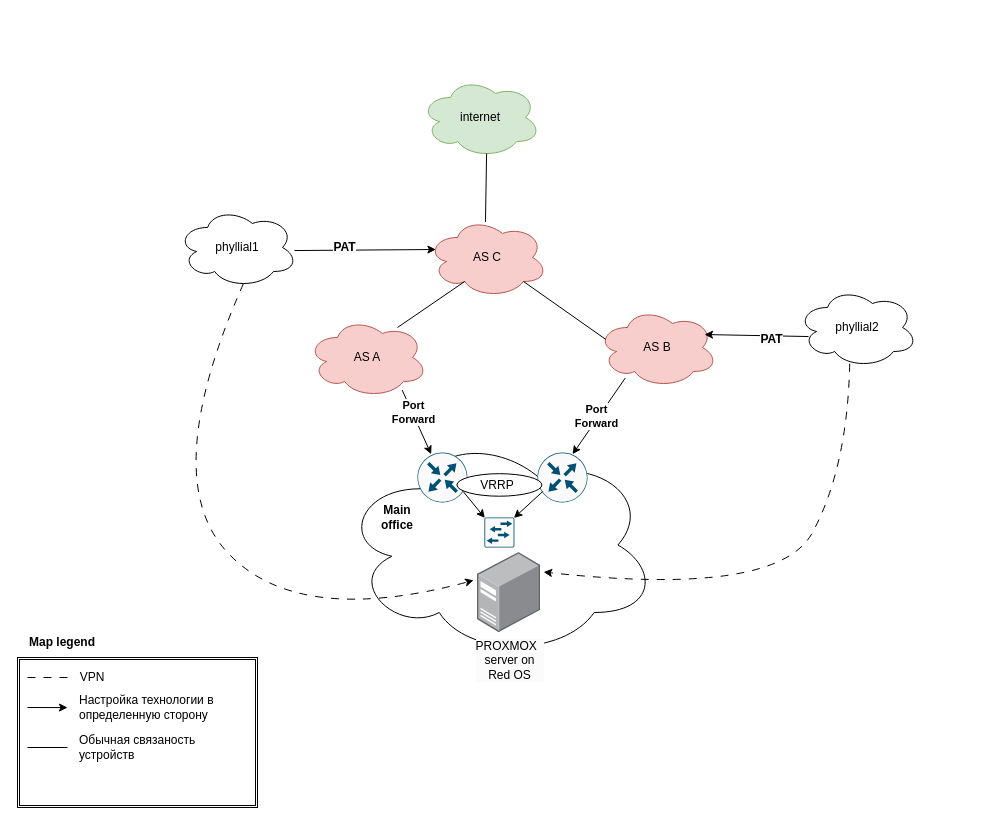
Earlier version of the draw.io diagram Предполагаемая схема.drawio (Vsevolod-Strokov/practic). Source tidied: cells renumbered, new cells numbered last; positions are measured from the earlier drawing's top-left corner, leaving out a move shared by most shapes. Both pictures are drawn from the tidied source at 100%, with x=0, y=0 at pixel (17, 77).
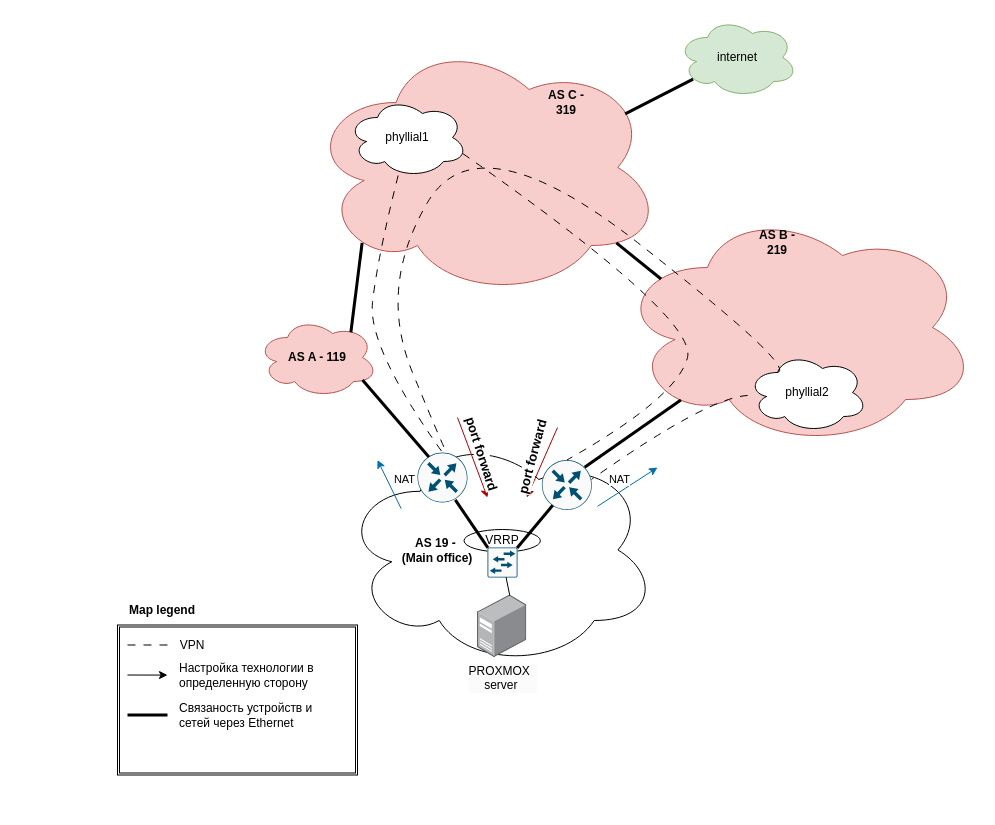
The same diagram, later.

Commit message (it also covers changes not shown here):
Изменена схема, таблица с сетями и проект

Diff of the diagram source:
```diff
@@
-    <mxCell id="2" value="AS C" style="ellipse;shape=cloud;whiteSpace=wrap;html=1;fillColor=#f8cecc;strokeColor=#b85450;" parent="1" vertex="1">
-      <mxGeometry x="410" y="140" width="120" height="80" as="geometry" />
+    <mxCell id="2" style="ellipse;shape=cloud;whiteSpace=wrap;html=1;fillColor=#f8cecc;strokeColor=#b85450;" parent="1" vertex="1">
+      <mxGeometry x="290" y="-40" width="354.6" height="260" as="geometry" />
     </mxCell>
-    <mxCell id="3" value="AS A" style="ellipse;shape=cloud;whiteSpace=wrap;html=1;fillColor=#f8cecc;strokeColor=#b85450;" parent="1" vertex="1">
-      <mxGeometry x="290" y="240" width="120" height="80" as="geometry" />
+    <mxCell id="3" value="&lt;b&gt;AS A - 119&lt;/b&gt;" style="ellipse;shape=cloud;whiteSpace=wrap;html=1;fillColor=#f8cecc;strokeColor=#b85450;" parent="1" vertex="1">
+      <mxGeometry x="240" y="240" width="120" height="80" as="geometry" />
     </mxCell>
-    <mxCell id="4" value="AS B" style="ellipse;shape=cloud;whiteSpace=wrap;html=1;fillColor=#f8cecc;strokeColor=#b85450;" parent="1" vertex="1">
-      <mxGeometry x="580" y="230" width="120" height="80" as="geometry" />
+    <mxCell id="4" style="ellipse;shape=cloud;whiteSpace=wrap;html=1;fillColor=#f8cecc;strokeColor=#b85450;" parent="1" vertex="1">
+      <mxGeometry x="600" y="130" width="360" height="240" as="geometry" />
     </mxCell>
     <mxCell id="5" style="ellipse;shape=cloud;whiteSpace=wrap;html=1;" parent="1" vertex="1">
-      <mxGeometry x="323.7" y="355" width="316.3" height="225" as="geometry" />
+      <mxGeometry x="323.7" y="355" width="316.3" height="235" as="geometry" />
     </mxCell>
     <mxCell id="6" value="phyllial1" style="ellipse;shape=cloud;whiteSpace=wrap;html=1;" parent="1" vertex="1">
-      <mxGeometry x="160" y="130" width="120" height="80" as="geometry" />
+      <mxGeometry x="330" y="20" width="120" height="80" as="geometry" />
     </mxCell>
     <mxCell id="7" value="phyllial2" style="ellipse;shape=cloud;whiteSpace=wrap;html=1;" parent="1" vertex="1">
-      <mxGeometry x="780" y="210" width="120" height="80" as="geometry" />
+      <mxGeometry x="730" y="275" width="120" height="80" as="geometry" />
     </mxCell>
     <mxCell id="8" value="internet" style="ellipse;shape=cloud;whiteSpace=wrap;html=1;fillColor=#d5e8d4;strokeColor=#82b366;" parent="1" vertex="1">
-      <mxGeometry x="403.1" width="120" height="80" as="geometry" />
+      <mxGeometry x="660" y="-60" width="120" height="80" as="geometry" />
     </mxCell>
-    <mxCell id="9" value="&lt;span style=&quot;text-wrap: wrap; background-color: rgb(251, 251, 251);&quot;&gt;PROXMOX&amp;nbsp;&amp;nbsp;&lt;/span&gt;&lt;div style=&quot;text-wrap: wrap; background-color: rgb(251, 251, 251);&quot;&gt;server on Red OS&lt;/div&gt;" style="image;points=[];html=1;align=center;shadow=0;dashed=0;image=img/lib/allied_telesis/computer_and_terminals/Server_Desktop.svg;" parent="1" vertex="1">
-      <mxGeometry x="460" y="475" width="63.1" height="80" as="geometry" />
+    <mxCell id="9" value="&lt;span style=&quot;text-wrap: wrap; background-color: rgb(251, 251, 251);&quot;&gt;PROXMOX&amp;nbsp;&amp;nbsp;&lt;/span&gt;&lt;div style=&quot;text-wrap: wrap; background-color: rgb(251, 251, 251);&quot;&gt;server&amp;nbsp;&lt;/div&gt;" style="image;points=[];html=1;align=center;shadow=0;dashed=0;image=img/lib/allied_telesis/computer_and_terminals/Server_Desktop.svg;" parent="1" vertex="1">
+      <mxGeometry x="460" y="517.5" width="49.3" height="62.5" as="geometry" />
     </mxCell>
-    <mxCell id="10" style="curved=1;endArrow=classic;html=1;rounded=0;exitX=0.55;exitY=0.95;exitDx=0;exitDy=0;exitPerimeter=0;entryX=-0.062;entryY=0.348;entryDx=0;entryDy=0;entryPerimeter=0;dashed=1;dashPattern=8 8;" parent="1" edge="1" source="6" target="9">
+    <mxCell id="10" style="curved=1;endArrow=none;html=1;rounded=0;exitX=0.422;exitY=0.975;exitDx=0;exitDy=0;exitPerimeter=0;entryX=0.5;entryY=0;entryDx=0;entryDy=0;entryPerimeter=0;dashed=1;dashPattern=8 8;endFill=0;" parent="1" edge="1" source="6" target="23">
       <mxGeometry relative="1" as="geometry">
         <Array as="points">
-          <mxPoint x="140" y="400" />
-          <mxPoint x="280" y="550" />
+          <mxPoint x="360" y="180" />
+          <mxPoint x="350" y="270" />
         </Array>
       </mxGeometry>
     </mxCell>
-    <mxCell id="11" style="curved=1;endArrow=classic;html=1;rounded=0;entryX=1.048;entryY=0.244;entryDx=0;entryDy=0;entryPerimeter=0;exitX=0.435;exitY=0.952;exitDx=0;exitDy=0;exitPerimeter=0;dashed=1;dashPattern=8 8;" parent="1" edge="1" source="7" target="9">
+    <mxCell id="11" style="curved=1;endArrow=none;html=1;rounded=0;entryX=0.989;entryY=0.39;entryDx=0;entryDy=0;entryPerimeter=0;dashed=1;dashPattern=8 8;endFill=0;" parent="1" edge="1" source="7" target="26">
       <mxGeometry relative="1" as="geometry">
         <Array as="points">
-          <mxPoint x="830" y="390" />
-          <mxPoint x="760" y="520" />
+          <mxPoint x="690" y="320" />
         </Array>
       </mxGeometry>
     </mxCell>
-    <mxCell id="12" style="endArrow=none;html=1;rounded=0;exitX=0.75;exitY=0.125;exitDx=0;exitDy=0;exitPerimeter=0;entryX=0.31;entryY=0.8;entryDx=0;entryDy=0;entryPerimeter=0;" parent="1" edge="1" source="3" target="2">
+    <mxCell id="12" style="endArrow=none;html=1;rounded=1;exitX=0.778;exitY=0.185;exitDx=0;exitDy=0;exitPerimeter=0;entryX=0.154;entryY=0.79;entryDx=0;entryDy=0;entryPerimeter=0;strokeWidth=3;curved=0;" parent="1" edge="1" source="3" target="2">
       <mxGeometry relative="1" as="geometry" />
     </mxCell>
-    <mxCell id="13" style="endArrow=none;html=1;rounded=0;exitX=0.07;exitY=0.4;exitDx=0;exitDy=0;exitPerimeter=0;entryX=0.8;entryY=0.8;entryDx=0;entryDy=0;entryPerimeter=0;" parent="1" edge="1" source="4" target="2">
+    <mxCell id="13" style="endArrow=none;html=1;rounded=0;exitX=0.121;exitY=0.298;exitDx=0;exitDy=0;exitPerimeter=0;entryX=0.871;entryY=0.79;entryDx=0;entryDy=0;entryPerimeter=0;strokeWidth=3;" parent="1" edge="1" source="4" target="2">
       <mxGeometry relative="1" as="geometry" />
     </mxCell>
-    <mxCell id="14" style="endArrow=none;html=1;rounded=0;exitX=0.483;exitY=0.056;exitDx=0;exitDy=0;exitPerimeter=0;entryX=0.55;entryY=0.95;entryDx=0;entryDy=0;entryPerimeter=0;" parent="1" edge="1" source="2" target="8">
+    <mxCell id="14" style="endArrow=none;html=1;rounded=0;exitX=0.896;exitY=0.294;exitDx=0;exitDy=0;exitPerimeter=0;strokeWidth=3;entryX=0.13;entryY=0.77;entryDx=0;entryDy=0;entryPerimeter=0;" parent="1" edge="1" source="2" target="8">
       <mxGeometry relative="1" as="geometry" />
     </mxCell>
-    <mxCell id="15" style="endArrow=classic;html=1;rounded=0;exitX=0.975;exitY=0.538;exitDx=0;exitDy=0;exitPerimeter=0;entryX=0.07;entryY=0.4;entryDx=0;entryDy=0;entryPerimeter=0;" parent="1" edge="1" source="6" target="2">
-      <mxGeometry relative="1" as="geometry" />
-    </mxCell>
-    <mxCell id="16" value="&lt;span style=&quot;font-size: 12px; text-wrap: wrap; background-color: rgb(251, 251, 251);&quot;&gt;&lt;b&gt;PAT&lt;/b&gt;&lt;/span&gt;" style="edgeLabel;html=1;align=center;verticalAlign=middle;" parent="15" vertex="1">
-      <mxGeometry x="-0.29" y="3" relative="1" as="geometry" />
-    </mxCell>
-    <mxCell id="17" style="endArrow=classic;html=1;rounded=0;exitX=0.092;exitY=0.613;exitDx=0;exitDy=0;exitPerimeter=0;fontStyle=1;entryX=0.892;entryY=0.338;entryDx=0;entryDy=0;entryPerimeter=0;" parent="1" edge="1" source="7" target="4">
-      <mxGeometry relative="1" as="geometry" />
-    </mxCell>
-    <mxCell id="18" value="&lt;span style=&quot;font-size: 12px; text-wrap: wrap; background-color: rgb(251, 251, 251);&quot;&gt;&lt;b&gt;PAT&lt;/b&gt;&lt;/span&gt;" style="edgeLabel;html=1;align=center;verticalAlign=middle;" parent="17" vertex="1">
-      <mxGeometry x="-0.29" y="3" relative="1" as="geometry" />
-    </mxCell>
     <mxCell id="19" style="shape=ext;double=1;rounded=0;whiteSpace=wrap;html=1;" parent="1" vertex="1">
-      <mxGeometry y="580" width="240" height="150" as="geometry" />
+      <mxGeometry x="100" y="547.5" width="240" height="150" as="geometry" />
     </mxCell>
     <mxCell id="20" value="&lt;b&gt;Map legend&lt;/b&gt;" style="text;html=1;align=center;verticalAlign=middle;whiteSpace=wrap;rounded=0;" parent="1" vertex="1">
-      <mxGeometry y="550" width="90" height="30" as="geometry" />
+      <mxGeometry x="100" y="517.5" width="90" height="30" as="geometry" />
     </mxCell>
     <mxCell id="21" style="endArrow=none;html=1;rounded=0;dashed=1;dashPattern=8 8;" parent="1" edge="1">
       <mxGeometry relative="1" as="geometry">
-        <mxPoint x="10" y="600" as="sourcePoint" />
-        <mxPoint x="50" y="600" as="targetPoint" />
+        <mxPoint x="110" y="567.5" as="sourcePoint" />
+        <mxPoint x="150" y="567.5" as="targetPoint" />
       </mxGeometry>
     </mxCell>
     <mxCell id="22" value="VPN" style="text;html=1;align=center;verticalAlign=middle;whiteSpace=wrap;rounded=0;" parent="1" vertex="1">
-      <mxGeometry x="60" y="590" width="30" height="20" as="geometry" />
+      <mxGeometry x="160" y="557.5" width="30" height="20" as="geometry" />
     </mxCell>
-    <mxCell id="23" style="sketch=0;points=[[0.5,0,0],[1,0.5,0],[0.5,1,0],[0,0.5,0],[0.145,0.145,0],[0.8555,0.145,0],[0.855,0.8555,0],[0.145,0.855,0]];verticalLabelPosition=bottom;html=1;verticalAlign=top;align=center;shape=mxgraph.cisco19.rect;prIcon=router;fillColor=#FAFAFA;strokeColor=#005073;" parent="1" vertex="1">
-      <mxGeometry x="400" y="375" width="50" height="50" as="geometry" />
-    </mxCell>
-    <mxCell id="24" style="endArrow=classic;html=1;rounded=0;entryX=0.273;entryY=0.034;entryDx=0;entryDy=0;entryPerimeter=0;exitX=0.789;exitY=0.907;exitDx=0;exitDy=0;exitPerimeter=0;" parent="1" edge="1" source="3" target="23">
-      <mxGeometry relative="1" as="geometry" />
-    </mxCell>
-    <mxCell id="25" value="&lt;b&gt;Port&lt;/b&gt;&lt;div&gt;&lt;b&gt;Forward&lt;/b&gt;&lt;/div&gt;" style="edgeLabel;html=1;align=center;verticalAlign=middle;" parent="24" vertex="1">
-      <mxGeometry x="-0.31" y="1" relative="1" as="geometry" />
-    </mxCell>
-    <mxCell id="26" style="sketch=0;points=[[0.5,0,0],[1,0.5,0],[0.5,1,0],[0,0.5,0],[0.145,0.145,0],[0.8555,0.145,0],[0.855,0.8555,0],[0.145,0.855,0]];verticalLabelPosition=bottom;html=1;verticalAlign=top;align=center;shape=mxgraph.cisco19.rect;prIcon=router;fillColor=#FAFAFA;strokeColor=#005073;" parent="1" vertex="1">
-      <mxGeometry x="520" y="375" width="50" height="50" as="geometry" />
-    </mxCell>
-    <mxCell id="27" style="endArrow=classic;html=1;rounded=0;exitX=0.232;exitY=0.881;exitDx=0;exitDy=0;exitPerimeter=0;entryX=0.701;entryY=0.034;entryDx=0;entryDy=0;entryPerimeter=0;" parent="1" edge="1" source="4" target="26">
-      <mxGeometry relative="1" as="geometry" />
-    </mxCell>
-    <mxCell id="28" value="&lt;b&gt;Port&lt;/b&gt;&lt;div&gt;&lt;b&gt;Forward&lt;/b&gt;&lt;/div&gt;" style="edgeLabel;html=1;align=center;verticalAlign=middle;" parent="27" vertex="1">
-      <mxGeometry x="0.03" y="-2" relative="1" as="geometry" />
-    </mxCell>
     <mxCell id="29" style="endArrow=classic;html=1;rounded=0;" parent="1" edge="1">
       <mxGeometry relative="1" as="geometry">
-        <mxPoint x="10" y="630" as="sourcePoint" />
-        <mxPoint x="50" y="630.1" as="targetPoint" />
+        <mxPoint x="110" y="597.5" as="sourcePoint" />
+        <mxPoint x="150" y="597.6" as="targetPoint" />
       </mxGeometry>
     </mxCell>
     <mxCell id="30" value="Настройка технологии в определенную сторону" style="text;html=1;align=left;verticalAlign=middle;whiteSpace=wrap;rounded=0;" parent="1" vertex="1">
-      <mxGeometry x="60" y="610" width="140" height="40" as="geometry" />
+      <mxGeometry x="160" y="577.5" width="140" height="40" as="geometry" />
     </mxCell>
-    <mxCell id="31" style="endArrow=none;html=1;rounded=0;" parent="1" edge="1">
+    <mxCell id="31" style="endArrow=none;html=1;rounded=0;strokeWidth=3;" parent="1" edge="1">
       <mxGeometry relative="1" as="geometry">
-        <mxPoint x="10" y="670" as="sourcePoint" />
-        <mxPoint x="50" y="670" as="targetPoint" />
+        <mxPoint x="110" y="637.5" as="sourcePoint" />
+        <mxPoint x="150" y="637.5" as="targetPoint" />
       </mxGeometry>
     </mxCell>
-    <mxCell id="32" value="Обычная связаность устройств" style="text;html=1;align=left;verticalAlign=middle;whiteSpace=wrap;rounded=0;" parent="1" vertex="1">
-      <mxGeometry x="60" y="650" width="140" height="40" as="geometry" />
+    <mxCell id="32" value="Связаность устройств и сетей через Ethernet&amp;nbsp;" style="text;html=1;align=left;verticalAlign=middle;whiteSpace=wrap;rounded=0;" parent="1" vertex="1">
+      <mxGeometry x="160" y="617.5" width="140" height="40" as="geometry" />
     </mxCell>
+    <mxCell id="34" style="ellipse;whiteSpace=wrap;html=1;" parent="1" vertex="1">
+      <mxGeometry x="446.5" y="452" width="76.4" height="22.5" as="geometry" />
+    </mxCell>
     <mxCell id="33" style="sketch=0;points=[[0.015,0.015,0],[0.985,0.015,0],[0.985,0.985,0],[0.015,0.985,0],[0.25,0,0],[0.5,0,0],[0.75,0,0],[1,0.25,0],[1,0.5,0],[1,0.75,0],[0.75,1,0],[0.5,1,0],[0.25,1,0],[0,0.75,0],[0,0.5,0],[0,0.25,0]];verticalLabelPosition=bottom;html=1;verticalAlign=top;align=center;shape=mxgraph.cisco19.rect;prIcon=l2_switch;fillColor=#FAFAFA;strokeColor=#005073;" parent="1" vertex="1">
-      <mxGeometry x="466.9" y="440" width="30" height="30" as="geometry" />
+      <mxGeometry x="470" y="470" width="30" height="30" as="geometry" />
     </mxCell>
-    <mxCell id="34" style="ellipse;whiteSpace=wrap;html=1;" parent="1" vertex="1">
-      <mxGeometry x="439.4" y="396.2" width="85" height="22.5" as="geometry" />
-    </mxCell>
-    <mxCell id="35" style="endArrow=classic;html=1;rounded=0;entryX=0.015;entryY=0.015;entryDx=0;entryDy=0;entryPerimeter=0;exitX=0.914;exitY=0.78;exitDx=0;exitDy=0;exitPerimeter=0;" parent="1" edge="1" source="23" target="33">
-      <mxGeometry relative="1" as="geometry" />
-    </mxCell>
-    <mxCell id="36" style="endArrow=classic;html=1;rounded=0;entryX=0.985;entryY=0.015;entryDx=0;entryDy=0;entryPerimeter=0;exitX=0.105;exitY=0.78;exitDx=0;exitDy=0;exitPerimeter=0;" parent="1" edge="1" source="26" target="33">
-      <mxGeometry relative="1" as="geometry" />
-    </mxCell>
     <mxCell id="37" value="VRRP" style="text;html=1;align=center;verticalAlign=middle;whiteSpace=wrap;rounded=0;" parent="1" vertex="1">
-      <mxGeometry x="460" y="400" width="40" height="15" as="geometry" />
+      <mxGeometry x="464.6" y="455.8" width="40" height="15" as="geometry" />
     </mxCell>
-    <mxCell id="38" value="&lt;b&gt;Main office&lt;/b&gt;" style="text;html=1;align=center;verticalAlign=middle;whiteSpace=wrap;rounded=0;" parent="1" vertex="1">
-      <mxGeometry x="350" y="425" width="60" height="30" as="geometry" />
+    <mxCell id="38" value="&lt;b&gt;AS&amp;nbsp;&lt;/b&gt;&lt;b&gt;19&amp;nbsp;&lt;/b&gt;&lt;b&gt;-&amp;nbsp;&lt;/b&gt;&lt;div&gt;&lt;b&gt;(Main office)&lt;/b&gt;&lt;/div&gt;" style="text;html=1;align=center;verticalAlign=middle;whiteSpace=wrap;rounded=0;" parent="1" vertex="1">
+      <mxGeometry x="380" y="457.5" width="80" height="30" as="geometry" />
     </mxCell>
+    <mxCell id="23" style="sketch=0;points=[[0.5,0,0],[1,0.5,0],[0.5,1,0],[0,0.5,0],[0.145,0.145,0],[0.8555,0.145,0],[0.855,0.8555,0],[0.145,0.855,0]];verticalLabelPosition=bottom;html=1;verticalAlign=top;align=center;shape=mxgraph.cisco19.rect;prIcon=router;fillColor=#FAFAFA;strokeColor=#005073;" parent="1" vertex="1">
+      <mxGeometry x="400" y="375" width="50" height="50" as="geometry" />
+    </mxCell>
+    <mxCell id="26" style="sketch=0;points=[[0.5,0,0],[1,0.5,0],[0.5,1,0],[0,0.5,0],[0.145,0.145,0],[0.8555,0.145,0],[0.855,0.8555,0],[0.145,0.855,0]];verticalLabelPosition=bottom;html=1;verticalAlign=top;align=center;shape=mxgraph.cisco19.rect;prIcon=router;fillColor=#FAFAFA;strokeColor=#005073;" parent="1" vertex="1">
+      <mxGeometry x="524.4" y="382.5" width="50" height="50" as="geometry" />
+    </mxCell>
+    <mxCell id="39" style="endArrow=none;html=1;rounded=0;entryX=0.618;entryY=0.991;entryDx=0;entryDy=0;entryPerimeter=0;exitX=0.655;exitY=0.008;exitDx=0;exitDy=0;exitPerimeter=0;" parent="1" edge="1" source="9" target="33">
+      <mxGeometry relative="1" as="geometry" />
+    </mxCell>
+    <mxCell id="40" value="&lt;b&gt;AS C - 319&lt;/b&gt;" style="text;html=1;align=center;verticalAlign=middle;whiteSpace=wrap;rounded=0;" parent="1" vertex="1">
+      <mxGeometry x="519.4" y="10" width="60" height="30" as="geometry" />
+    </mxCell>
+    <mxCell id="41" style="curved=1;endArrow=none;html=1;rounded=0;entryX=0.5;entryY=0;entryDx=0;entryDy=0;entryPerimeter=0;dashed=1;dashPattern=8 8;exitX=0.96;exitY=0.7;exitDx=0;exitDy=0;exitPerimeter=0;endFill=0;" parent="1" edge="1" source="6" target="26">
+      <mxGeometry relative="1" as="geometry">
+        <Array as="points">
+          <mxPoint x="680" y="240" />
+          <mxPoint x="660" y="320" />
+        </Array>
+      </mxGeometry>
+    </mxCell>
+    <mxCell id="42" style="curved=1;endArrow=none;html=1;rounded=0;dashed=1;dashPattern=8 8;exitX=0.25;exitY=0.25;exitDx=0;exitDy=0;exitPerimeter=0;endFill=0;entryX=0.6;entryY=0.021;entryDx=0;entryDy=0;entryPerimeter=0;" parent="1" edge="1" source="7" target="23">
+      <mxGeometry relative="1" as="geometry">
+        <Array as="points">
+          <mxPoint x="780" y="290" />
+          <mxPoint x="460" y="40" />
+          <mxPoint x="360" y="210" />
+          <mxPoint x="430" y="380" />
+        </Array>
+      </mxGeometry>
+    </mxCell>
+    <mxCell id="43" value="&lt;b&gt;AS B - 219&lt;/b&gt;" style="text;html=1;align=center;verticalAlign=middle;whiteSpace=wrap;rounded=0;" parent="1" vertex="1">
+      <mxGeometry x="730" y="150" width="60" height="30" as="geometry" />
+    </mxCell>
+    <mxCell id="44" style="endArrow=classic;html=1;rounded=0;fillColor=#1ba1e2;strokeColor=#006EAF;" parent="1" edge="1">
+      <mxGeometry relative="1" as="geometry">
+        <mxPoint x="580" y="428.8" as="sourcePoint" />
+        <mxPoint x="640" y="390" as="targetPoint" />
+      </mxGeometry>
+    </mxCell>
+    <mxCell id="45" value="NAT" style="edgeLabel;html=1;align=center;verticalAlign=middle;" parent="44" vertex="1">
+      <mxGeometry relative="1" as="geometry">
+        <mxPoint x="-9" y="-8" as="offset" />
+      </mxGeometry>
+    </mxCell>
+    <mxCell id="46" style="endArrow=classic;html=1;rounded=0;fillColor=#1ba1e2;strokeColor=#006EAF;" parent="1" edge="1">
+      <mxGeometry relative="1" as="geometry">
+        <mxPoint x="383.7" y="431.2" as="sourcePoint" />
+        <mxPoint x="360" y="382.5" as="targetPoint" />
+      </mxGeometry>
+    </mxCell>
+    <mxCell id="47" value="NAT" style="edgeLabel;html=1;align=center;verticalAlign=middle;" parent="46" vertex="1">
+      <mxGeometry relative="1" as="geometry">
+        <mxPoint x="15" y="-5" as="offset" />
+      </mxGeometry>
+    </mxCell>
+    <mxCell id="48" style="endArrow=none;html=1;rounded=0;strokeWidth=3;entryX=0.217;entryY=0.906;entryDx=0;entryDy=0;entryPerimeter=0;exitX=0.985;exitY=0.015;exitDx=0;exitDy=0;exitPerimeter=0;" parent="1" edge="1" source="33" target="26">
+      <mxGeometry relative="1" as="geometry" />
+    </mxCell>
+    <mxCell id="35" style="endArrow=none;html=1;rounded=0;strokeWidth=3;entryX=0.015;entryY=0.015;entryDx=0;entryDy=0;entryPerimeter=0;exitX=0.756;exitY=0.948;exitDx=0;exitDy=0;exitPerimeter=0;" parent="1" edge="1" source="23" target="33">
+      <mxGeometry relative="1" as="geometry" />
+    </mxCell>
+    <mxCell id="27" style="endArrow=none;html=1;rounded=0;exitX=0.176;exitY=0.802;exitDx=0;exitDy=0;exitPerimeter=0;entryX=0.8555;entryY=0.145;entryDx=0;entryDy=0;entryPerimeter=0;strokeWidth=3;" parent="1" edge="1" source="4" target="26">
+      <mxGeometry relative="1" as="geometry" />
+    </mxCell>
+    <mxCell id="49" style="endArrow=none;html=1;rounded=1;exitX=0.228;exitY=0.092;exitDx=0;exitDy=0;exitPerimeter=0;entryX=0.875;entryY=0.78;entryDx=0;entryDy=0;entryPerimeter=0;strokeWidth=3;curved=0;" parent="1" edge="1" source="23" target="3">
+      <mxGeometry relative="1" as="geometry" />
+    </mxCell>
+    <mxCell id="50" style="endArrow=classic;html=1;rounded=0;fillColor=#e51400;strokeColor=#B20000;" parent="1" edge="1">
+      <mxGeometry relative="1" as="geometry">
+        <mxPoint x="440" y="340" as="sourcePoint" />
+        <mxPoint x="470" y="420" as="targetPoint" />
+      </mxGeometry>
+    </mxCell>
+    <mxCell id="51" value="port forward" style="edgeLabel;html=1;align=center;verticalAlign=middle;rotation=72.2;fontStyle=1;fontSize=13;" parent="50" vertex="1">
+      <mxGeometry relative="1" as="geometry">
+        <mxPoint x="10" y="-5" as="offset" />
+      </mxGeometry>
+    </mxCell>
+    <mxCell id="52" style="endArrow=classic;html=1;rounded=0;fillColor=#e51400;strokeColor=#B20000;" parent="1" edge="1">
+      <mxGeometry relative="1" as="geometry">
+        <mxPoint x="540" y="350" as="sourcePoint" />
+        <mxPoint x="509.3" y="420" as="targetPoint" />
+      </mxGeometry>
+    </mxCell>
+    <mxCell id="53" value="port forward" style="edgeLabel;html=1;align=center;verticalAlign=middle;rotation=-75;fontStyle=1;fontSize=13;" parent="52" vertex="1">
+      <mxGeometry relative="1" as="geometry">
+        <mxPoint x="-10" y="-5" as="offset" />
+      </mxGeometry>
+    </mxCell>
```
